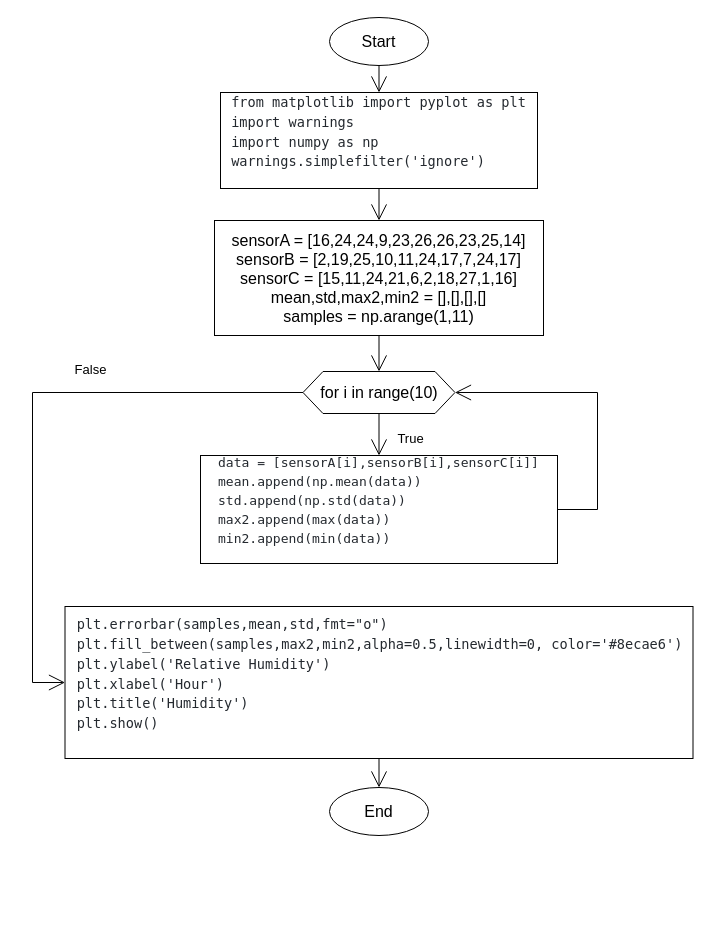
The draw.io diagram page "q27" (13 of 16) of Quizzes/quizzes.drawio in zelanISAK/unit-2, before the edit. Source tidied: cells renumbered, new cells numbered last; positions are measured from the earlier drawing's top-left corner, leaving out a move shared by most shapes. Both pictures are drawn from the tidied source at 100%, with x=0, y=0 at pixel (32, 17).
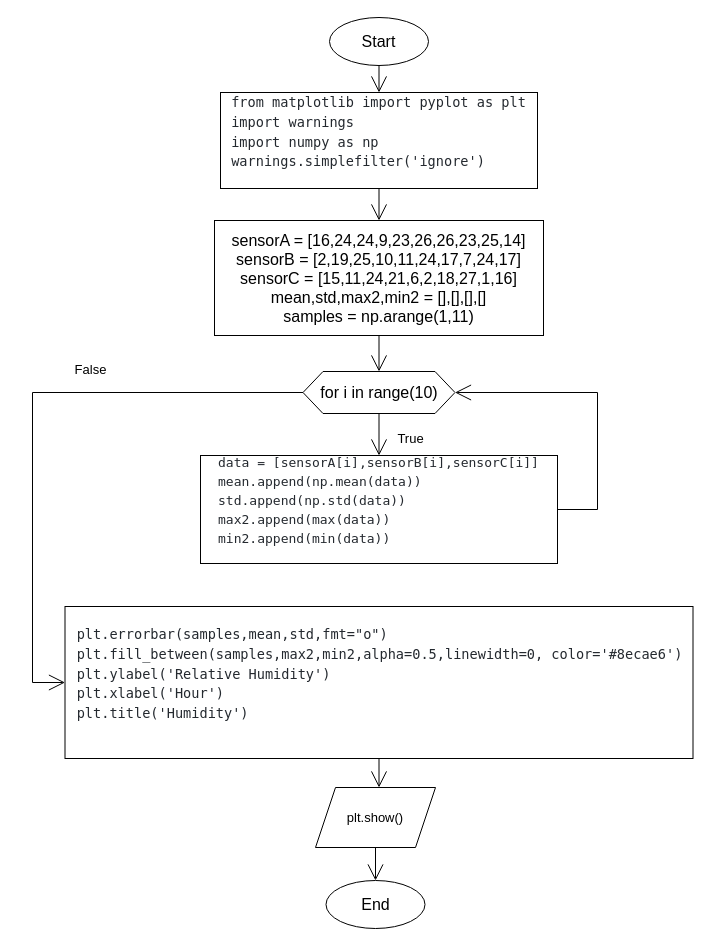
After the change.

Diff of the diagram source:
```diff
@@
-    <mxCell id="4" value="End" style="ellipse;whiteSpace=wrap;html=1;fontSize=16;" parent="1" vertex="1">
-      <mxGeometry x="297" y="770" width="99" height="48" as="geometry" />
-    </mxCell>
@@
-    <mxCell id="15" style="edgeStyle=orthogonalEdgeStyle;rounded=0;jettySize=auto;html=1;exitX=0.5;exitY=1;exitDx=0;exitDy=0;entryX=0.5;entryY=0;entryDx=0;entryDy=0;fontSize=13;endArrow=open;startSize=14;endSize=14;sourcePerimeterSpacing=8;targetPerimeterSpacing=8;" parent="1" edge="1" source="16" target="4">
-      <mxGeometry relative="1" as="geometry" />
+    <mxCell id="15" style="edgeStyle=orthogonalEdgeStyle;rounded=0;jettySize=auto;html=1;exitX=0.5;exitY=1;exitDx=0;exitDy=0;entryX=0.5;entryY=0;entryDx=0;entryDy=0;fontSize=13;endArrow=open;startSize=14;endSize=14;sourcePerimeterSpacing=8;targetPerimeterSpacing=8;" parent="1" edge="1" source="16">
+      <mxGeometry relative="1" as="geometry">
+        <mxPoint x="346.5" y="770" as="targetPoint" />
+      </mxGeometry>
     </mxCell>
-    <mxCell id="16" value="&lt;pre style=&quot;box-sizing: border-box; font-family: ui-monospace, SFMono-Regular, &amp;quot;SF Mono&amp;quot;, Menlo, Consolas, &amp;quot;Liberation Mono&amp;quot;, monospace; font-size: 13.6px; margin-top: 0px; margin-bottom: 16px; overflow-wrap: normal; padding: 16px; overflow: auto; line-height: 1.45; background-color: var(--color-canvas-subtle); border-radius: 6px; color: rgb(36, 41, 47); text-align: start;&quot; class=&quot;notranslate&quot;&gt;&lt;code style=&quot;box-sizing: border-box; font-family: ui-monospace, SFMono-Regular, &amp;quot;SF Mono&amp;quot;, Menlo, Consolas, &amp;quot;Liberation Mono&amp;quot;, monospace; padding: 0px; margin: 0px; background: transparent; border-radius: 6px; word-break: normal; border: 0px; display: inline; overflow: visible; line-height: inherit; overflow-wrap: normal;&quot;&gt;plt.errorbar(samples,mean,std,fmt=&quot;o&quot;)&lt;br/&gt;plt.fill_between(samples,max2,min2,alpha=0.5,linewidth=0, color='#8ecae6')&lt;br/&gt;plt.ylabel('Relative Humidity')&lt;br/&gt;plt.xlabel('Hour')&lt;br/&gt;plt.title('Humidity')&lt;br/&gt;plt.show()&lt;/code&gt;&lt;/pre&gt;" style="rounded=0;html=1;fontSize=13;" parent="1" vertex="1">
+    <mxCell id="16" value="&lt;pre style=&quot;box-sizing: border-box; font-family: ui-monospace, SFMono-Regular, &amp;quot;SF Mono&amp;quot;, Menlo, Consolas, &amp;quot;Liberation Mono&amp;quot;, monospace; font-size: 13.6px; margin-top: 0px; margin-bottom: 16px; overflow-wrap: normal; padding: 16px; overflow: auto; line-height: 1.45; background-color: var(--color-canvas-subtle); border-radius: 6px; color: rgb(36, 41, 47); text-align: start;&quot; class=&quot;notranslate&quot;&gt;&lt;code style=&quot;box-sizing: border-box; font-family: ui-monospace, SFMono-Regular, &amp;quot;SF Mono&amp;quot;, Menlo, Consolas, &amp;quot;Liberation Mono&amp;quot;, monospace; padding: 0px; margin: 0px; background: transparent; border-radius: 6px; word-break: normal; border: 0px; display: inline; overflow: visible; line-height: inherit; overflow-wrap: normal;&quot;&gt;plt.errorbar(samples,mean,std,fmt=&quot;o&quot;)&lt;br&gt;plt.fill_between(samples,max2,min2,alpha=0.5,linewidth=0, color='#8ecae6')&lt;br&gt;plt.ylabel('Relative Humidity')&lt;br&gt;plt.xlabel('Hour')&lt;br&gt;plt.title('Humidity')&lt;br&gt;&lt;/code&gt;&lt;/pre&gt;" style="rounded=0;html=1;fontSize=13;" parent="1" vertex="1">
       <mxGeometry x="32.5" y="589" width="628" height="152" as="geometry" />
     </mxCell>
@@
+    <mxCell id="4" value="End" style="ellipse;whiteSpace=wrap;html=1;fontSize=16;" parent="1" vertex="1">
+      <mxGeometry x="293.5" y="863" width="99" height="48" as="geometry" />
+    </mxCell>
+    <mxCell id="18" style="edgeStyle=orthogonalEdgeStyle;rounded=0;jettySize=auto;html=1;exitX=0.5;exitY=1;exitDx=0;exitDy=0;entryX=0.5;entryY=0;entryDx=0;entryDy=0;fontSize=13;endArrow=open;startSize=14;endSize=14;sourcePerimeterSpacing=8;targetPerimeterSpacing=8;" parent="1" edge="1" source="19" target="4">
+      <mxGeometry relative="1" as="geometry" />
+    </mxCell>
+    <mxCell id="19" value="plt.show()" style="shape=parallelogram;perimeter=parallelogramPerimeter;whiteSpace=wrap;html=1;fixedSize=1;fontSize=13;" parent="1" vertex="1">
+      <mxGeometry x="283" y="770" width="120" height="60" as="geometry" />
+    </mxCell>
```
